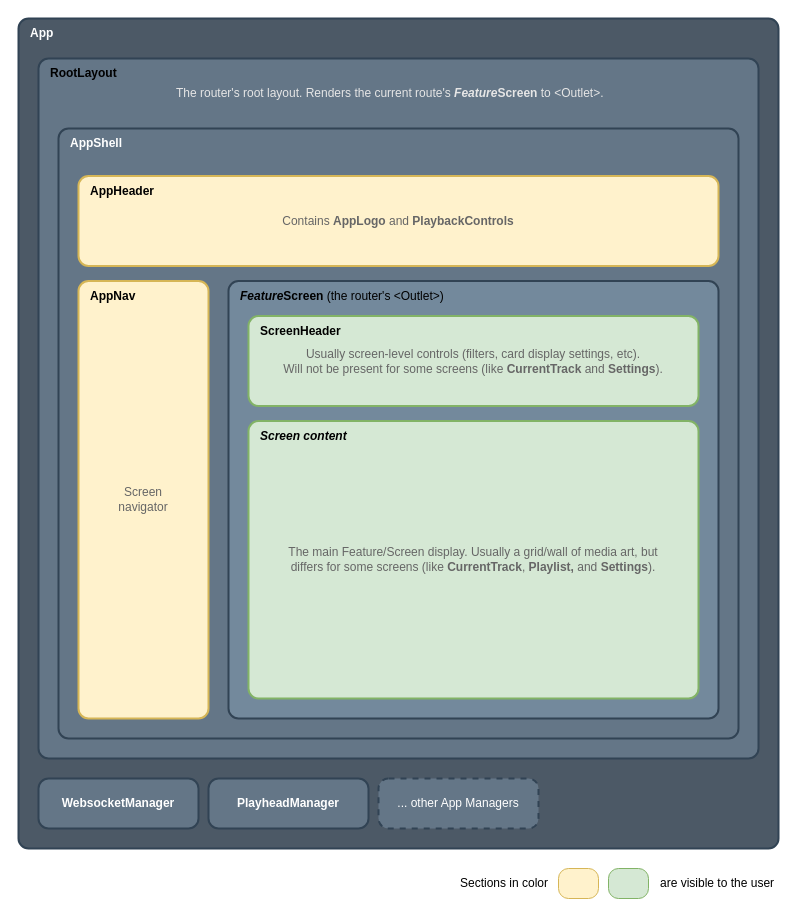
Earlier version of the draw.io diagram media/vibinui_components.drawio (mjoblin/vibinui). Source tidied: cells renumbered, new cells numbered last; positions are measured from the earlier drawing's top-left corner, leaving out a move shared by most shapes. Both pictures are drawn from the tidied source at 100%, with x=0, y=0 at pixel (18, 18).
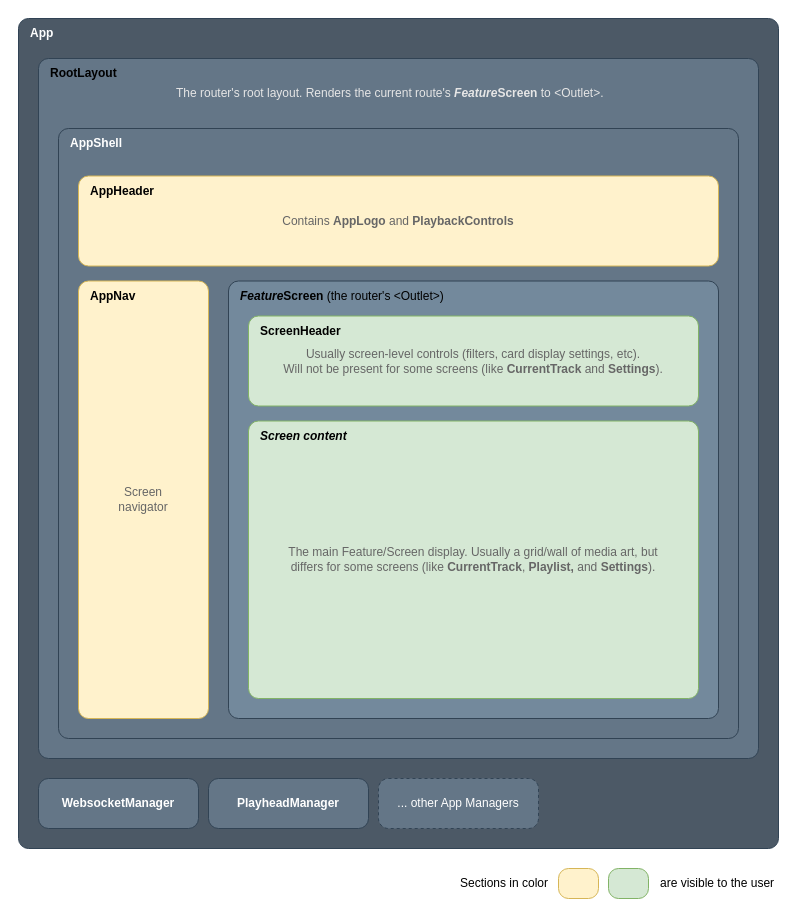
After the change.

Diff of the diagram source:
```diff
@@
-    <mxCell id="2" style="rounded=1;whiteSpace=wrap;html=1;absoluteArcSize=1;fillColor=#4C5966;fontColor=#ffffff;strokeColor=#314354;strokeWidth=2;" parent="1" vertex="1">
+    <mxCell id="2" style="rounded=1;whiteSpace=wrap;html=1;absoluteArcSize=1;fillColor=#4C5966;fontColor=#ffffff;strokeColor=#314354;strokeWidth=1;" parent="1" vertex="1">
       <mxGeometry width="760" height="830" as="geometry" />
     </mxCell>
-    <mxCell id="3" style="rounded=1;whiteSpace=wrap;html=1;absoluteArcSize=1;fillColor=#647687;fontColor=#ffffff;strokeColor=#314354;strokeWidth=2;" parent="1" vertex="1">
+    <mxCell id="3" style="rounded=1;whiteSpace=wrap;html=1;absoluteArcSize=1;fillColor=#647687;fontColor=#ffffff;strokeColor=#314354;strokeWidth=1;" parent="1" vertex="1">
       <mxGeometry x="20" y="40" width="720" height="700" as="geometry" />
     </mxCell>
-    <mxCell id="4" style="rounded=1;whiteSpace=wrap;html=1;absoluteArcSize=1;fillColor=#647687;fontColor=#ffffff;strokeColor=#314354;strokeWidth=2;" parent="1" vertex="1">
+    <mxCell id="4" style="rounded=1;whiteSpace=wrap;html=1;absoluteArcSize=1;fillColor=#647687;fontColor=#ffffff;strokeColor=#314354;strokeWidth=1;" parent="1" vertex="1">
       <mxGeometry x="40" y="110" width="680" height="610" as="geometry" />
     </mxCell>
-    <mxCell id="5" value="&lt;font color=&quot;#666666&quot;&gt;Screen&lt;br&gt;navigator&lt;/font&gt;" style="rounded=1;whiteSpace=wrap;html=1;absoluteArcSize=1;fillColor=#fff2cc;strokeColor=#d6b656;strokeWidth=2;" parent="1" vertex="1">
+    <mxCell id="5" value="&lt;font color=&quot;#666666&quot;&gt;Screen&lt;br&gt;navigator&lt;/font&gt;" style="rounded=1;whiteSpace=wrap;html=1;absoluteArcSize=1;fillColor=#fff2cc;strokeColor=#d6b656;strokeWidth=1;" parent="1" vertex="1">
       <mxGeometry x="60" y="262.5" width="130" height="437.5" as="geometry" />
     </mxCell>
-    <mxCell id="6" value="&lt;font color=&quot;#666666&quot;&gt;Contains &lt;b style=&quot;&quot;&gt;AppLogo&lt;/b&gt;&amp;nbsp;and &lt;b style=&quot;&quot;&gt;PlaybackControls&lt;/b&gt;&lt;/font&gt;" style="rounded=1;whiteSpace=wrap;html=1;absoluteArcSize=1;fillColor=#fff2cc;strokeColor=#d6b656;strokeWidth=2;" parent="1" vertex="1">
+    <mxCell id="6" value="&lt;font color=&quot;#666666&quot;&gt;Contains &lt;b style=&quot;&quot;&gt;AppLogo&lt;/b&gt;&amp;nbsp;and &lt;b style=&quot;&quot;&gt;PlaybackControls&lt;/b&gt;&lt;/font&gt;" style="rounded=1;whiteSpace=wrap;html=1;absoluteArcSize=1;fillColor=#fff2cc;strokeColor=#d6b656;strokeWidth=1;" parent="1" vertex="1">
       <mxGeometry x="60" y="157.5" width="640" height="90" as="geometry" />
     </mxCell>
@@
-    <mxCell id="10" style="rounded=1;whiteSpace=wrap;html=1;absoluteArcSize=1;fillColor=#73899C;fontColor=#ffffff;strokeColor=#314354;strokeWidth=2;" parent="1" vertex="1">
+    <mxCell id="10" style="rounded=1;whiteSpace=wrap;html=1;absoluteArcSize=1;fillColor=#73899C;fontColor=#ffffff;strokeColor=#314354;strokeWidth=1;" parent="1" vertex="1">
       <mxGeometry x="210" y="262.5" width="490" height="437.5" as="geometry" />
     </mxCell>
-    <mxCell id="11" value="&lt;font color=&quot;#666666&quot;&gt;Usually screen-level controls (filters, card display settings, etc).&lt;br&gt;Will not be present for some screens (like &lt;b style=&quot;&quot;&gt;CurrentTrack&lt;/b&gt; and&amp;nbsp;&lt;b style=&quot;&quot;&gt;Settings&lt;/b&gt;).&lt;/font&gt;" style="rounded=1;whiteSpace=wrap;html=1;absoluteArcSize=1;fillColor=#d5e8d4;strokeColor=#82b366;spacingLeft=0;spacing=2;strokeWidth=2;" parent="1" vertex="1">
+    <mxCell id="11" value="&lt;font color=&quot;#666666&quot;&gt;Usually screen-level controls (filters, card display settings, etc).&lt;br&gt;Will not be present for some screens (like &lt;b style=&quot;&quot;&gt;CurrentTrack&lt;/b&gt; and&amp;nbsp;&lt;b style=&quot;&quot;&gt;Settings&lt;/b&gt;).&lt;/font&gt;" style="rounded=1;whiteSpace=wrap;html=1;absoluteArcSize=1;fillColor=#d5e8d4;strokeColor=#82b366;spacingLeft=0;spacing=2;strokeWidth=1;" parent="1" vertex="1">
       <mxGeometry x="230" y="297.5" width="450" height="90" as="geometry" />
     </mxCell>
-    <mxCell id="12" value="&lt;font color=&quot;#666666&quot;&gt;The main Feature/Screen display. Usually a grid/wall of media art, but&lt;br&gt;differs for some screens (like &lt;b style=&quot;&quot;&gt;CurrentTrack&lt;/b&gt;,&amp;nbsp;&lt;b style=&quot;&quot;&gt;Playlist,&lt;/b&gt; and &lt;b style=&quot;&quot;&gt;Settings&lt;/b&gt;).&lt;/font&gt;" style="rounded=1;whiteSpace=wrap;html=1;absoluteArcSize=1;fillColor=#d5e8d4;strokeColor=#82b366;strokeWidth=2;" parent="1" vertex="1">
+    <mxCell id="12" value="&lt;font color=&quot;#666666&quot;&gt;The main Feature/Screen display. Usually a grid/wall of media art, but&lt;br&gt;differs for some screens (like &lt;b style=&quot;&quot;&gt;CurrentTrack&lt;/b&gt;,&amp;nbsp;&lt;b style=&quot;&quot;&gt;Playlist,&lt;/b&gt; and &lt;b style=&quot;&quot;&gt;Settings&lt;/b&gt;).&lt;/font&gt;" style="rounded=1;whiteSpace=wrap;html=1;absoluteArcSize=1;fillColor=#d5e8d4;strokeColor=#82b366;strokeWidth=1;" parent="1" vertex="1">
       <mxGeometry x="230" y="402.5" width="450" height="277.5" as="geometry" />
     </mxCell>
@@
-    <mxCell id="19" value="&lt;b&gt;WebsocketManager&lt;/b&gt;" style="rounded=1;whiteSpace=wrap;html=1;absoluteArcSize=1;fillColor=#647687;fontColor=#ffffff;strokeColor=#314354;strokeWidth=2;" parent="1" vertex="1">
+    <mxCell id="19" value="&lt;b&gt;WebsocketManager&lt;/b&gt;" style="rounded=1;whiteSpace=wrap;html=1;absoluteArcSize=1;fillColor=#647687;fontColor=#ffffff;strokeColor=#314354;strokeWidth=1;" parent="1" vertex="1">
       <mxGeometry x="20" y="760" width="160" height="50" as="geometry" />
     </mxCell>
-    <mxCell id="20" value="&lt;b&gt;PlayheadManager&lt;/b&gt;" style="rounded=1;whiteSpace=wrap;html=1;absoluteArcSize=1;fillColor=#647687;fontColor=#ffffff;strokeColor=#314354;strokeWidth=2;" parent="1" vertex="1">
+    <mxCell id="20" value="&lt;b&gt;PlayheadManager&lt;/b&gt;" style="rounded=1;whiteSpace=wrap;html=1;absoluteArcSize=1;fillColor=#647687;fontColor=#ffffff;strokeColor=#314354;strokeWidth=1;" parent="1" vertex="1">
       <mxGeometry x="190" y="760" width="160" height="50" as="geometry" />
     </mxCell>
-    <mxCell id="21" value="... other App Managers" style="rounded=1;whiteSpace=wrap;html=1;absoluteArcSize=1;dashed=1;fillColor=#647687;fontColor=#ffffff;strokeColor=#314354;strokeWidth=2;" parent="1" vertex="1">
+    <mxCell id="21" value="... other App Managers" style="rounded=1;whiteSpace=wrap;html=1;absoluteArcSize=1;dashed=1;fillColor=#647687;fontColor=#ffffff;strokeColor=#314354;strokeWidth=1;" parent="1" vertex="1">
       <mxGeometry x="360" y="760" width="160" height="50" as="geometry" />
     </mxCell>
```
